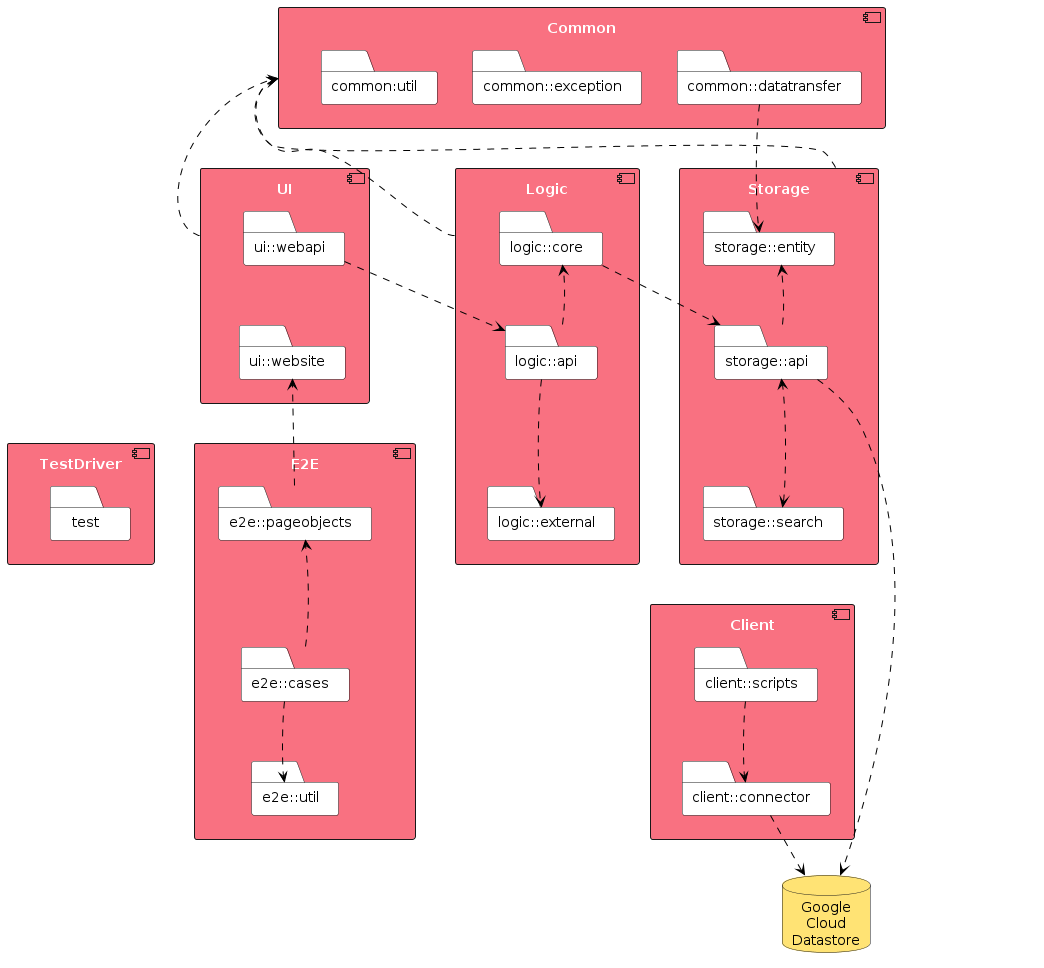
Earlier version of the PlantUML export diagrams/packageDiagram.png (TEAMMATES/teammates). Its source is kept beside it as diagrams/packageDiagram.puml.
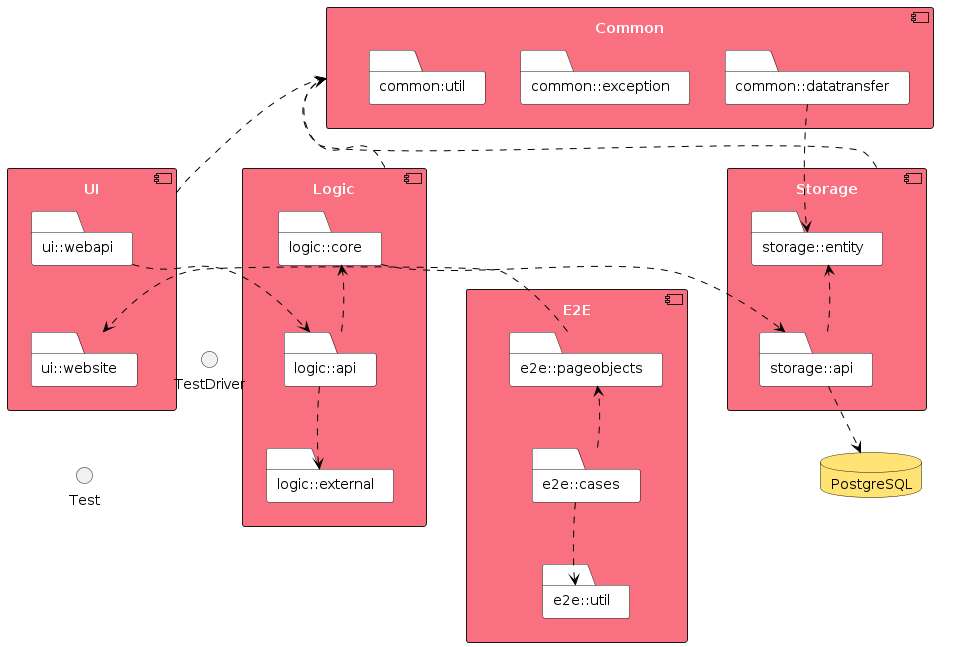
After the change.

What changed in the source:
```diff
@@ -26,11 +26,6 @@
 component Storage {
     folder "storage::entity" as StorageEntity
     folder "storage::api" as StorageApi
-    folder "storage::search" as StorageSearch
-}
-
-component TestDriver {
-    folder "test" as Test
 }
 
 component E2E {
@@ -39,12 +34,7 @@
     folder "e2e::util" as E2EUtil
 }
 
-component Client  {
-    folder "client::scripts" as ClientScripts
-    folder "client::connector" as ClientConnector
-}
-
-database "Google\nCloud\nDatastore" as GCD STORAGE_COLOR_T1
+database "PostgreSQL" as db STORAGE_COLOR_T1
 
 UI ..> Common
 Logic ..> Common
@@ -53,17 +43,14 @@
 CommonDataTransfer ..> StorageEntity
 UiWebApi ..> LogicApi
 LogicCore ..> StorageApi
-StorageApi ..> GCD
+StorageApi ..> db
 E2EPageObjects ..> UiWebsite
-ClientConnector ..> GCD
 
 LogicApi ..> LogicCore
 LogicApi ..> LogicExternal
 StorageApi ..> StorageEntity
-StorageSearch <..> StorageApi
 E2ECases ..> E2EPageObjects
 E2ECases ..> E2EUtil
-ClientScripts ..> ClientConnector
 
 Common -[hidden]down- UI
 UI -[hidden]up- Common
@@ -75,7 +62,6 @@
 UI -[hidden]right- Logic
 Logic -[hidden]right- Storage
 TestDriver -[hidden]right- E2E
-E2E -[hidden]right- Client
 
 UI -[hidden]down- TestDriver
 UiWebsite -[hidden]down- Test
@@ -84,19 +70,14 @@
 E2E -[hidden]up- Logic
 
 LogicApi -[hidden]down- E2EPageObjects
-Storage -[hidden]down- Client
-StorageSearch -[hidden]down- ClientScripts
-Storage -[hidden]right- GCD
-Client -[hidden]right- GCD
+Storage -[hidden]right- db
 
 UiWebApi -[hidden]down- UiWebsite
 LogicCore -[hidden]down- LogicApi
 LogicExternal -[hidden]down- LogicApi
 StorageEntity -[hidden]down- StorageApi
-StorageApi -[hidden]down- StorageSearch
 E2EPageObjects -[hidden]down- E2ECases
 E2ECases -[hidden]down- E2EUtil
-ClientScripts -[hidden]down- ClientConnector
 CommonUtil -[hidden]right- CommonException
 CommonException -[hidden]right- CommonDataTransfer
 CommonDataTransfer -[hidden]down- StorageEntity
```
